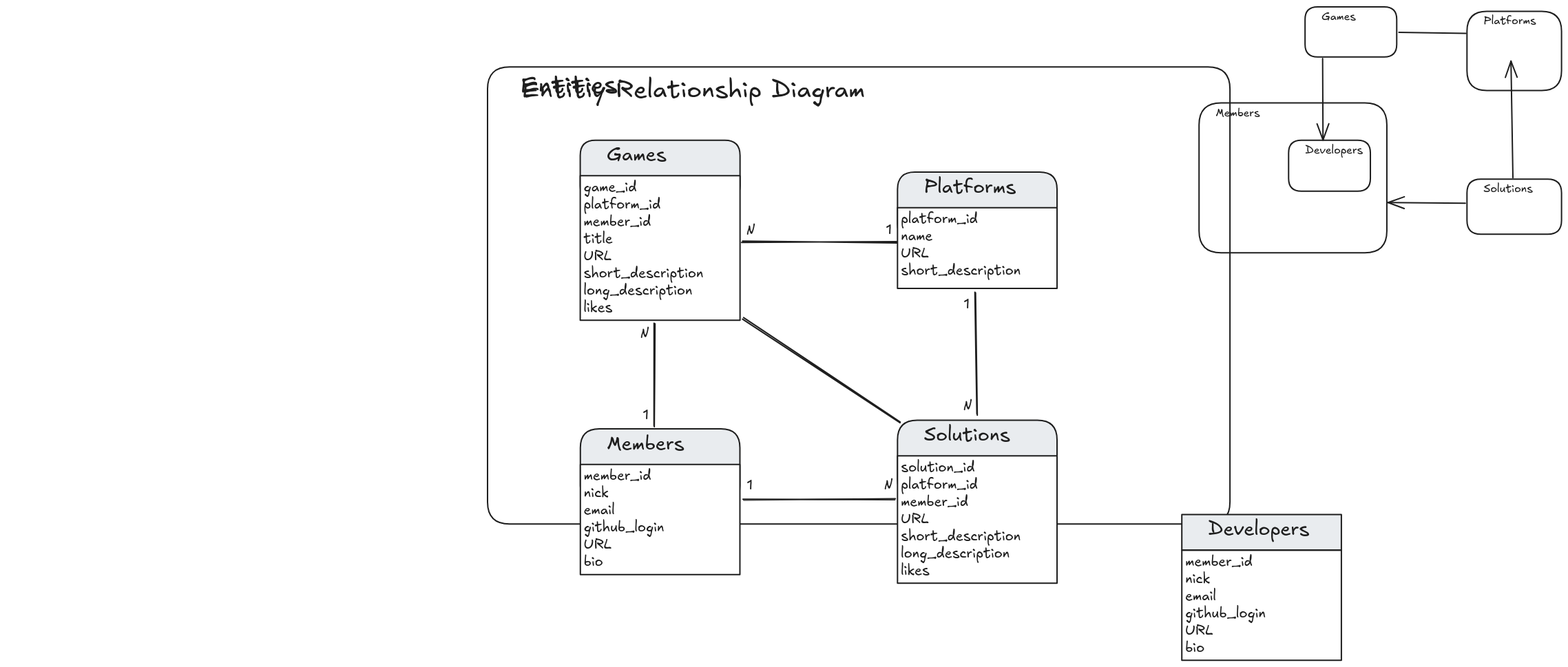
The Excalidraw diagram docs/diagrams/entity-diagram.excalidraw.png in alice-adventures/Alice, before a commit. Source tidied: one line per element, renumbered; positions are measured from the earlier drawing's top-left corner, leaving out a move shared by most shapes.
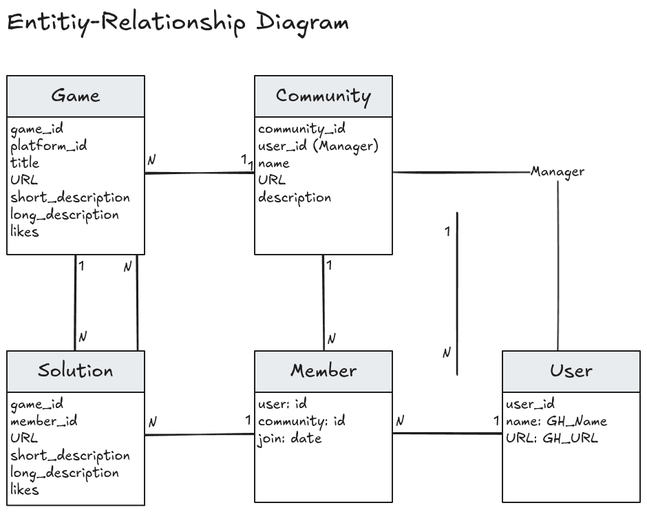
Later version of the same file.

The edit, as a diff of the source:
```diff
@@ -1,29 +1,38 @@
+{"id": 20, "type": "arrow", "strokeColor": "#1e1e1e", "backgroundColor": "#e9ecef", "fillStyle": "solid", "strokeWidth": 2, "roughness": 1, "round": true, "from": 6, "to": 14, "x": 360, "y": 599, "width": 158, "height": 0, "points": [[0, 0], [-158, 0]]}
+{"id": 29, "type": "line", "strokeColor": "#1e1e1e", "strokeWidth": 2, "roughness": 1, "round": true, "x": 461, "y": 337, "width": 0, "height": 140, "points": [[0, 0], [0, 140]]}
+{"id": 30, "type": "line", "strokeColor": "#1e1e1e", "strokeWidth": 2, "roughness": 1, "round": true, "x": 101, "y": 337, "width": 0, "height": 140, "points": [[0, 0], [0, 140]]}
+{"id": 17, "type": "arrow", "strokeColor": "#1e1e1e", "backgroundColor": "#e9ecef", "fillStyle": "solid", "strokeWidth": 2, "roughness": 1, "round": true, "from": 2, "to": 10, "x": 202, "y": 219, "width": 160, "height": 0, "points": [[0, 0], [160, 0]]}
+{"id": 31, "type": "arrow", "strokeColor": "#1e1e1e", "backgroundColor": "#e9ecef", "fillStyle": "solid", "strokeWidth": 2, "roughness": 1, "round": true, "from": 6, "to": 34, "x": 561, "y": 597, "width": 160, "height": 0, "points": [[0, 0], [160, 0]]}
+{"id": 32, "type": "rectangle", "strokeColor": "#1e1e1e", "backgroundColor": "#e9ecef", "fillStyle": "solid", "strokeWidth": 2, "roughness": 0, "x": 721, "y": 477, "width": 200, "height": 60}
+{"id": 33, "type": "text", "text": "User", "strokeColor": "#1e1e1e", "backgroundColor": "#ffffff", "fillStyle": "solid", "strokeWidth": 2, "roughness": 0, "fontSize": 28, "fontFamily": 5, "textAlign": "center", "verticalAlign": "middle", "inside": 32, "x": 790, "y": 490, "width": 62, "height": 35}
+{"id": 34, "type": "rectangle", "strokeColor": "#1e1e1e", "backgroundColor": "#ffffff", "fillStyle": "solid", "strokeWidth": 2, "roughness": 0, "x": 721, "y": 537, "width": 200, "height": 160}
+{"id": 35, "type": "text", "text": "user_id\nname: GH_Name\nURL: GH_URL", "strokeColor": "#1e1e1e", "backgroundColor": "#ffffff", "fillStyle": "solid", "strokeWidth": 2, "roughness": 1, "fontSize": 20, "fontFamily": 5, "inside": 34, "x": 726, "y": 542, "width": 148, "height": 75}
+{"id": 16, "type": "text", "text": "Entitiy-Relationship Diagram", "strokeColor": "#1e1e1e", "strokeWidth": 2, "roughness": 1, "fontSize": 36, "fontFamily": 5, "x": 1, "y": -23, "width": 498, "height": 45}
+{"id": 4, "type": "rectangle", "strokeColor": "#1e1e1e", "backgroundColor": "#e9ecef", "fillStyle": "solid", "strokeWidth": 2, "roughness": 0, "x": 361, "y": 477, "width": 200, "height": 60}
+{"id": 5, "type": "text", "text": "Member", "strokeColor": "#1e1e1e", "strokeWidth": 2, "roughness": 0, "fontSize": 28, "fontFamily": 5, "textAlign": "center", "verticalAlign": "middle", "inside": 4, "x": 413, "y": 490, "width": 97, "height": 35}
+{"id": 6, "type": "rectangle", "strokeColor": "#1e1e1e", "backgroundColor": "#ffffff", "fillStyle": "solid", "strokeWidth": 2, "roughness": 0, "x": 361, "y": 537, "width": 200, "height": 160}
+{"id": 7, "type": "text", "text": "user: id\ncommunity: id\njoin: date", "strokeColor": "#1e1e1e", "backgroundColor": "#e9ecef", "fillStyle": "solid", "strokeWidth": 2, "roughness": 1, "fontSize": 20, "fontFamily": 5, "inside": 6, "x": 366, "y": 542, "width": 127, "height": 75}
+{"id": 36, "type": "text", "text": "1", "strokeColor": "#1e1e1e", "backgroundColor": "#ffffff", "fillStyle": "solid", "strokeWidth": 2, "roughness": 1, "fontSize": 20, "fontFamily": 5, "x": 347, "y": 567, "width": 9, "height": 25}
+{"id": 37, "type": "text", "text": "N", "strokeColor": "#1e1e1e", "backgroundColor": "#ffffff", "fillStyle": "solid", "strokeWidth": 2, "roughness": 1, "fontSize": 20, "fontFamily": 5, "x": 467, "y": 448, "width": 13, "height": 25}
+{"id": 38, "type": "text", "text": "N", "strokeColor": "#1e1e1e", "backgroundColor": "#ffffff", "fillStyle": "solid", "strokeWidth": 2, "roughness": 1, "fontSize": 20, "fontFamily": 5, "x": 566, "y": 567, "width": 13, "height": 25}
+{"id": 39, "type": "text", "text": "1", "strokeColor": "#1e1e1e", "backgroundColor": "#ffffff", "fillStyle": "solid", "strokeWidth": 2, "roughness": 1, "fontSize": 20, "fontFamily": 5, "x": 708, "y": 567, "width": 9, "height": 25}
+{"id": 8, "type": "rectangle", "strokeColor": "#1e1e1e", "backgroundColor": "#e9ecef", "fillStyle": "solid", "strokeWidth": 2, "roughness": 0, "x": 361, "y": 77, "width": 200, "height": 60}
+{"id": 9, "type": "text", "text": "Community", "strokeColor": "#1e1e1e", "backgroundColor": "#ffffff", "fillStyle": "solid", "strokeWidth": 2, "roughness": 0, "fontSize": 28, "fontFamily": 5, "textAlign": "center", "verticalAlign": "middle", "inside": 8, "x": 392, "y": 90, "width": 139, "height": 35}
+{"id": 10, "type": "rectangle", "strokeColor": "#1e1e1e", "backgroundColor": "#ffffff", "fillStyle": "solid", "strokeWidth": 2, "roughness": 0, "x": 361, "y": 137, "width": 200, "height": 200}
+{"id": 11, "type": "text", "text": "community_id\nuser_id (Manager)\nname\nURL\ndescription", "strokeColor": "#1e1e1e", "backgroundColor": "#ffffff", "fillStyle": "solid", "strokeWidth": 2, "roughness": 1, "fontSize": 20, "fontFamily": 5, "inside": 10, "x": 366, "y": 142, "width": 175, "height": 125}
+{"id": 21, "type": "text", "text": "1", "strokeColor": "#1e1e1e", "backgroundColor": "#ffffff", "fillStyle": "solid", "strokeWidth": 2, "roughness": 1, "fontSize": 20, "fontFamily": 5, "x": 341, "y": 187, "width": 9, "height": 25}
+{"id": 24, "type": "text", "text": "1", "strokeColor": "#1e1e1e", "backgroundColor": "#ffffff", "fillStyle": "solid", "strokeWidth": 2, "roughness": 1, "fontSize": 20, "fontFamily": 5, "x": 465, "y": 341, "width": 9, "height": 25}
-{"id": 0, "type": "rectangle", "strokeColor": "#1e1e1e", "backgroundColor": "#e9ecef", "fillStyle": "solid", "strokeWidth": 2, "roughness": 0, "round": true, "x": 84, "y": 94, "width": 232, "height": 89}
+{"id": 0, "type": "rectangle", "strokeColor": "#1e1e1e", "backgroundColor": "#e9ecef", "fillStyle": "solid", "strokeWidth": 2, "roughness": 0, "x": 1, "y": 77, "width": 200, "height": 60}
-{"id": 1, "type": "text", "text": "   Games", "strokeColor": "#1e1e1e", "backgroundColor": "#e9ecef", "fillStyle": "solid", "strokeWidth": 2, "roughness": 0, "fontSize": 28, "fontFamily": 5, "inside": 0, "x": 89, "y": 99, "width": 120, "height": 35}
+{"id": 1, "type": "text", "text": "Game", "strokeColor": "#1e1e1e", "backgroundColor": "#e9ecef", "fillStyle": "solid", "strokeWidth": 2, "roughness": 0, "fontSize": 28, "fontFamily": 5, "textAlign": "center", "verticalAlign": "middle", "inside": 0, "x": 65, "y": 90, "width": 72, "height": 35}
-{"id": 2, "type": "rectangle", "strokeColor": "#1e1e1e", "backgroundColor": "#ffffff", "fillStyle": "solid", "strokeWidth": 2, "roughness": 0, "x": 84, "y": 146, "width": 232, "height": 210}
+{"id": 2, "type": "rectangle", "strokeColor": "#1e1e1e", "backgroundColor": "#ffffff", "fillStyle": "solid", "strokeWidth": 2, "roughness": 0, "x": 1, "y": 137, "width": 200, "height": 200}
-{"id": 3, "type": "text", "text": "game_id\nplatform_id\nmember_id\ntitle\nURL\nshort_description\nlong_description\nlikes", "strokeColor": "#1e1e1e", "backgroundColor": "#e9ecef", "fillStyle": "solid", "strokeWidth": 2, "roughness": 1, "fontSize": 20, "fontFamily": 5, "inside": 2, "x": 89, "y": 151, "width": 174, "height": 200}
+{"id": 3, "type": "text", "text": "game_id\nplatform_id\ntitle\nURL\nshort_description\nlong_description\nlikes", "strokeColor": "#1e1e1e", "backgroundColor": "#e9ecef", "fillStyle": "solid", "strokeWidth": 2, "roughness": 1, "fontSize": 20, "fontFamily": 5, "inside": 2, "x": 6, "y": 142, "width": 174, "height": 175}
-{"id": 4, "type": "rectangle", "strokeColor": "#1e1e1e", "backgroundColor": "#e9ecef", "fillStyle": "solid", "strokeWidth": 2, "roughness": 0, "round": true, "x": 84, "y": 514, "width": 232, "height": 110}
-{"id": 5, "type": "text", "text": "   Members", "strokeColor": "#1e1e1e", "strokeWidth": 2, "roughness": 0, "fontSize": 28, "fontFamily": 5, "inside": 4, "x": 89, "y": 519, "width": 146, "height": 35}
-{"id": 6, "type": "rectangle", "strokeColor": "#1e1e1e", "backgroundColor": "#ffffff", "fillStyle": "solid", "strokeWidth": 2, "roughness": 0, "x": 84, "y": 565, "width": 232, "height": 160}
-{"id": 7, "type": "text", "text": "member_id\nnick\nemail\ngithub_login\nURL\nbio", "strokeColor": "#1e1e1e", "backgroundColor": "#e9ecef", "fillStyle": "solid", "strokeWidth": 2, "roughness": 1, "fontSize": 20, "fontFamily": 5, "inside": 6, "x": 89, "y": 570, "width": 117, "height": 150}
-{"id": 8, "type": "rectangle", "strokeColor": "#1e1e1e", "backgroundColor": "#e9ecef", "fillStyle": "solid", "strokeWidth": 2, "roughness": 0, "round": true, "x": 545, "y": 141, "width": 232, "height": 100}
-{"id": 9, "type": "text", "text": "   Platforms", "strokeColor": "#1e1e1e", "backgroundColor": "#ffffff", "fillStyle": "solid", "strokeWidth": 2, "roughness": 0, "fontSize": 28, "fontFamily": 5, "inside": 8, "x": 550, "y": 146, "width": 167, "height": 35}
-{"id": 10, "type": "rectangle", "strokeColor": "#1e1e1e", "backgroundColor": "#ffffff", "fillStyle": "solid", "strokeWidth": 2, "roughness": 0, "x": 545, "y": 192, "width": 232, "height": 117}
-{"id": 11, "type": "text", "text": "platform_id\nname\nURL\nshort_description", "strokeColor": "#1e1e1e", "backgroundColor": "#ffffff", "fillStyle": "solid", "strokeWidth": 2, "roughness": 1, "fontSize": 20, "fontFamily": 5, "inside": 10, "x": 550, "y": 197, "width": 174, "height": 100}
+{"id": 40, "type": "text", "text": "1", "strokeColor": "#1e1e1e", "backgroundColor": "#ffffff", "fillStyle": "solid", "strokeWidth": 2, "roughness": 1, "fontSize": 20, "fontFamily": 5, "x": 105, "y": 342, "width": 9, "height": 25}
+{"id": 25, "type": "text", "text": "N", "strokeColor": "#1e1e1e", "backgroundColor": "#ffffff", "fillStyle": "solid", "strokeWidth": 2, "roughness": 1, "fontSize": 20, "fontFamily": 5, "x": 205, "y": 188, "width": 13, "height": 25}
-{"id": 12, "type": "rectangle", "strokeColor": "#1e1e1e", "backgroundColor": "#e9ecef", "fillStyle": "solid", "strokeWidth": 2, "roughness": 0, "round": true, "x": 545, "y": 501, "width": 232, "height": 114}
+{"id": 12, "type": "rectangle", "strokeColor": "#1e1e1e", "backgroundColor": "#e9ecef", "fillStyle": "solid", "strokeWidth": 2, "roughness": 0, "x": 1, "y": 477, "width": 200, "height": 60}
-{"id": 13, "type": "text", "text": "   Solutions", "strokeColor": "#1e1e1e", "strokeWidth": 2, "roughness": 0, "fontSize": 28, "fontFamily": 5, "inside": 12, "x": 550, "y": 506, "width": 159, "height": 35}
+{"id": 13, "type": "text", "text": "Solution", "strokeColor": "#1e1e1e", "strokeWidth": 2, "roughness": 0, "fontSize": 28, "fontFamily": 5, "textAlign": "center", "verticalAlign": "middle", "inside": 12, "x": 46, "y": 490, "width": 110, "height": 35}
-{"id": 14, "type": "rectangle", "strokeColor": "#1e1e1e", "backgroundColor": "#ffffff", "fillStyle": "solid", "strokeWidth": 2, "roughness": 0, "x": 545, "y": 553, "width": 232, "height": 185}
+{"id": 14, "type": "rectangle", "strokeColor": "#1e1e1e", "backgroundColor": "#ffffff", "fillStyle": "solid", "strokeWidth": 2, "roughness": 0, "x": 1, "y": 537, "width": 200, "height": 164}
-{"id": 15, "type": "text", "text": "solution_id\nplatform_id\nmember_id\nURL\nshort_description\nlong_description\nlikes", "strokeColor": "#1e1e1e", "backgroundColor": "#e9ecef", "fillStyle": "solid", "strokeWidth": 2, "roughness": 1, "fontSize": 20, "fontFamily": 5, "inside": 14, "x": 550, "y": 558, "width": 174, "height": 175}
+{"id": 15, "type": "text", "text": "game_id\nmember_id\nURL\nshort_description\nlong_description\nlikes", "strokeColor": "#1e1e1e", "backgroundColor": "#e9ecef", "fillStyle": "solid", "strokeWidth": 2, "roughness": 1, "fontSize": 20, "fontFamily": 5, "inside": 14, "x": 6, "y": 542, "width": 174, "height": 150}
-{"id": 16, "type": "text", "text": "Entitiy-Relationship Diagram", "strokeColor": "#1e1e1e", "strokeWidth": 2, "roughness": 1, "fontSize": 36, "fontFamily": 5, "x": 0, "y": 0, "width": 498, "height": 45}
-{"id": 17, "type": "arrow", "strokeColor": "#1e1e1e", "backgroundColor": "#e9ecef", "fillStyle": "solid", "strokeWidth": 2, "roughness": 1, "round": true, "from": 2, "to": 10, "x": 320, "y": 242, "width": 224, "height": 2, "points": [[0, 0], [224, 2]]}
-{"id": 18, "type": "arrow", "strokeColor": "#1e1e1e", "backgroundColor": "#e9ecef", "fillStyle": "solid", "strokeWidth": 2, "roughness": 1, "round": true, "from": 10, "to": 12, "x": 657, "y": 316, "width": 3, "height": 177, "points": [[0, 0], [3, 177]]}
-{"id": 19, "type": "arrow", "strokeColor": "#1e1e1e", "backgroundColor": "#e9ecef", "fillStyle": "solid", "strokeWidth": 2, "roughness": 1, "round": true, "from": 2, "to": 4, "x": 193, "y": 360, "width": 2, "height": 149, "points": [[0, 0], [-2, 149]]}
-{"id": 20, "type": "arrow", "strokeColor": "#1e1e1e", "backgroundColor": "#e9ecef", "fillStyle": "solid", "strokeWidth": 2, "roughness": 1, "round": true, "from": 6, "to": 14, "x": 321, "y": 617, "width": 221, "height": 2, "points": [[0, 0], [221, -2]]}
-{"id": 21, "type": "text", "text": "1", "strokeColor": "#1e1e1e", "backgroundColor": "#ffffff", "fillStyle": "solid", "strokeWidth": 2, "roughness": 1, "fontSize": 20, "fontFamily": 5, "x": 528, "y": 213, "width": 9, "height": 25}
-{"id": 22, "type": "text", "text": "1", "strokeColor": "#1e1e1e", "backgroundColor": "#ffffff", "fillStyle": "solid", "strokeWidth": 2, "roughness": 1, "fontSize": 20, "fontFamily": 5, "x": 641, "y": 321, "width": 9, "height": 25}
-{"id": 23, "type": "text", "text": "1", "strokeColor": "#1e1e1e", "backgroundColor": "#ffffff", "fillStyle": "solid", "strokeWidth": 2, "roughness": 1, "fontSize": 20, "fontFamily": 5, "x": 175, "y": 482, "width": 9, "height": 25}
-{"id": 24, "type": "text", "text": "1", "strokeColor": "#1e1e1e", "backgroundColor": "#ffffff", "fillStyle": "solid", "strokeWidth": 2, "roughness": 1, "fontSize": 20, "fontFamily": 5, "x": 326, "y": 584, "width": 9, "height": 25}
-{"id": 25, "type": "text", "text": "N", "strokeColor": "#1e1e1e", "backgroundColor": "#ffffff", "fillStyle": "solid", "strokeWidth": 2, "roughness": 1, "fontSize": 20, "fontFamily": 5, "x": 326, "y": 213, "width": 13, "height": 25}
-{"id": 26, "type": "text", "text": "N", "strokeColor": "#1e1e1e", "backgroundColor": "#ffffff", "fillStyle": "solid", "strokeWidth": 2, "roughness": 1, "fontSize": 20, "fontFamily": 5, "x": 172, "y": 363, "width": 13, "height": 25}
+{"id": 41, "type": "text", "text": "N", "strokeColor": "#1e1e1e", "backgroundColor": "#ffffff", "fillStyle": "solid", "strokeWidth": 2, "roughness": 1, "fontSize": 20, "fontFamily": 5, "x": 207, "y": 570, "width": 13, "height": 25}
-{"id": 27, "type": "text", "text": "N", "strokeColor": "#1e1e1e", "backgroundColor": "#ffffff", "fillStyle": "solid", "strokeWidth": 2, "roughness": 1, "fontSize": 20, "fontFamily": 5, "x": 526, "y": 583, "width": 13, "height": 25}
+{"id": 27, "type": "text", "text": "N", "strokeColor": "#1e1e1e", "backgroundColor": "#ffffff", "fillStyle": "solid", "strokeWidth": 2, "roughness": 1, "fontSize": 20, "fontFamily": 5, "x": 105, "y": 446, "width": 13, "height": 25}
-{"id": 28, "type": "text", "text": "N", "strokeColor": "#1e1e1e", "backgroundColor": "#ffffff", "fillStyle": "solid", "strokeWidth": 2, "roughness": 1, "fontSize": 20, "fontFamily": 5, "x": 641, "y": 468, "width": 13, "height": 25}
+{"id": 42, "type": "arrow", "strokeColor": "#1e1e1e", "strokeWidth": 2, "roughness": 1, "from": 10, "to": 32, "x": 561, "y": 217, "width": 240, "height": 260, "points": [[0, 0], [240, 0], [240, 260]]}
+{"id": 43, "type": "text", "text": "Manager", "strokeColor": "#1e1e1e", "strokeWidth": 2, "roughness": 1, "fontSize": 20, "fontFamily": 5, "textAlign": "center", "verticalAlign": "middle", "inside": 42, "x": 762, "y": 205, "width": 79, "height": 25}
```
